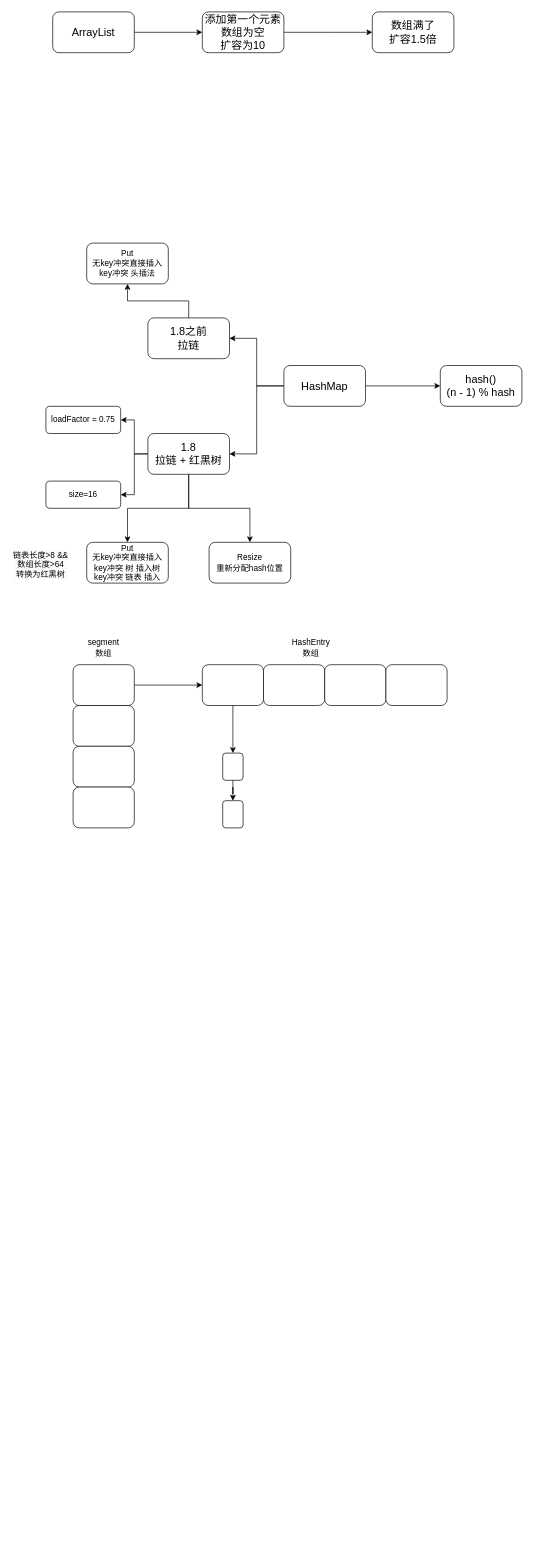
Before: Java.drawio in 1155200424/diagrams, a draw.io diagram. Source tidied: cells renumbered, new cells numbered last; positions are measured from the earlier drawing's top-left corner, leaving out a move shared by most shapes. Both pictures are drawn from the tidied source at 68%, with x=0, y=0 at pixel (12, 12).
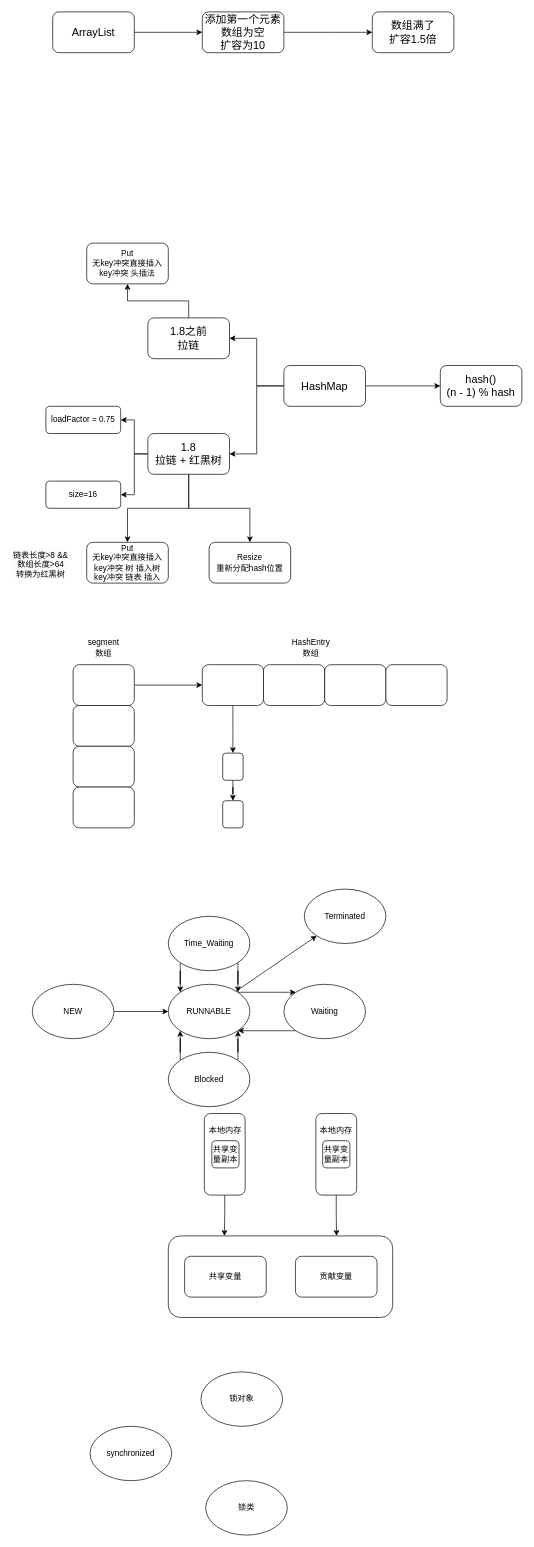
The same page after the edit.

Change to the diagram source:
```diff
@@
+    <mxCell id="40" style="edgeStyle=orthogonalEdgeStyle;rounded=0;jettySize=auto;html=1;exitX=1;exitY=0.5;exitDx=0;exitDy=0;" parent="1" edge="1" source="41" target="43">
+      <mxGeometry relative="1" as="geometry" />
+    </mxCell>
+    <mxCell id="41" value="NEW" style="ellipse;whiteSpace=wrap;html=1;" parent="1" vertex="1">
+      <mxGeometry x="30" y="1430" width="120" height="80" as="geometry" />
+    </mxCell>
+    <mxCell id="42" style="edgeStyle=orthogonalEdgeStyle;rounded=0;jettySize=auto;html=1;exitX=1;exitY=0;exitDx=0;exitDy=0;entryX=0;entryY=0;entryDx=0;entryDy=0;" parent="1" edge="1" source="43" target="51">
+      <mxGeometry relative="1" as="geometry" />
+    </mxCell>
+    <mxCell id="43" value="RUNNABLE" style="ellipse;whiteSpace=wrap;html=1;" parent="1" vertex="1">
+      <mxGeometry x="230" y="1430" width="120" height="80" as="geometry" />
+    </mxCell>
+    <mxCell id="44" style="edgeStyle=orthogonalEdgeStyle;rounded=0;jettySize=auto;html=1;exitX=0;exitY=0;exitDx=0;exitDy=0;entryX=0;entryY=1;entryDx=0;entryDy=0;" parent="1" edge="1" source="46" target="43">
+      <mxGeometry relative="1" as="geometry" />
+    </mxCell>
+    <mxCell id="45" style="edgeStyle=orthogonalEdgeStyle;rounded=0;jettySize=auto;html=1;exitX=1;exitY=0;exitDx=0;exitDy=0;entryX=1;entryY=1;entryDx=0;entryDy=0;" parent="1" edge="1" source="46" target="43">
+      <mxGeometry relative="1" as="geometry" />
+    </mxCell>
+    <mxCell id="46" value="Blocked" style="ellipse;whiteSpace=wrap;html=1;" parent="1" vertex="1">
+      <mxGeometry x="230" y="1530" width="120" height="80" as="geometry" />
+    </mxCell>
+    <mxCell id="47" style="edgeStyle=orthogonalEdgeStyle;rounded=0;jettySize=auto;html=1;exitX=0;exitY=1;exitDx=0;exitDy=0;entryX=0;entryY=0;entryDx=0;entryDy=0;" parent="1" edge="1" source="49" target="43">
+      <mxGeometry relative="1" as="geometry" />
+    </mxCell>
+    <mxCell id="48" style="edgeStyle=orthogonalEdgeStyle;rounded=0;jettySize=auto;html=1;exitX=1;exitY=1;exitDx=0;exitDy=0;entryX=1;entryY=0;entryDx=0;entryDy=0;" parent="1" edge="1" source="49" target="43">
+      <mxGeometry relative="1" as="geometry" />
+    </mxCell>
+    <mxCell id="49" value="Time_Waiting" style="ellipse;whiteSpace=wrap;html=1;" parent="1" vertex="1">
+      <mxGeometry x="230" y="1330" width="120" height="80" as="geometry" />
+    </mxCell>
+    <mxCell id="50" style="edgeStyle=orthogonalEdgeStyle;rounded=0;jettySize=auto;html=1;exitX=0;exitY=1;exitDx=0;exitDy=0;entryX=1;entryY=1;entryDx=0;entryDy=0;" parent="1" edge="1" source="51" target="43">
+      <mxGeometry relative="1" as="geometry" />
+    </mxCell>
+    <mxCell id="51" value="Waiting" style="ellipse;whiteSpace=wrap;html=1;" parent="1" vertex="1">
+      <mxGeometry x="400" y="1430" width="120" height="80" as="geometry" />
+    </mxCell>
+    <mxCell id="52" value="Terminated" style="ellipse;whiteSpace=wrap;html=1;" parent="1" vertex="1">
+      <mxGeometry x="430" y="1290" width="120" height="80" as="geometry" />
+    </mxCell>
+    <mxCell id="53" style="endArrow=classic;html=1;rounded=0;" parent="1" edge="1" target="52">
+      <mxGeometry relative="1" as="geometry">
+        <mxPoint x="330" y="1440" as="sourcePoint" />
+      </mxGeometry>
+    </mxCell>
+    <mxCell id="54" style="rounded=1;whiteSpace=wrap;html=1;" parent="1" vertex="1">
+      <mxGeometry x="230" y="1800" width="330" height="120" as="geometry" />
+    </mxCell>
+    <mxCell id="55" value="共享变量" style="rounded=1;whiteSpace=wrap;html=1;" parent="1" vertex="1">
+      <mxGeometry x="254" y="1830" width="120" height="60" as="geometry" />
+    </mxCell>
+    <mxCell id="56" value="贡献变量" style="rounded=1;whiteSpace=wrap;html=1;" parent="1" vertex="1">
+      <mxGeometry x="417" y="1830" width="120" height="60" as="geometry" />
+    </mxCell>
+    <mxCell id="57" style="edgeStyle=orthogonalEdgeStyle;rounded=0;jettySize=auto;html=1;exitX=1;exitY=0.5;exitDx=0;exitDy=0;entryX=0.25;entryY=0;entryDx=0;entryDy=0;" parent="1" edge="1" source="58" target="54">
+      <mxGeometry relative="1" as="geometry" />
+    </mxCell>
+    <mxCell id="58" style="rounded=1;whiteSpace=wrap;html=1;direction=south;" parent="1" vertex="1">
+      <mxGeometry x="283" y="1620" width="60" height="120" as="geometry" />
+    </mxCell>
+    <mxCell id="59" style="edgeStyle=orthogonalEdgeStyle;rounded=0;jettySize=auto;html=1;exitX=1;exitY=0.5;exitDx=0;exitDy=0;entryX=0.75;entryY=0;entryDx=0;entryDy=0;" parent="1" edge="1" source="60" target="54">
+      <mxGeometry relative="1" as="geometry" />
+    </mxCell>
+    <mxCell id="60" style="rounded=1;whiteSpace=wrap;html=1;direction=south;" parent="1" vertex="1">
+      <mxGeometry x="447" y="1620" width="60" height="120" as="geometry" />
+    </mxCell>
+    <mxCell id="61" value="共享变量副本" style="rounded=1;whiteSpace=wrap;html=1;" parent="1" vertex="1">
+      <mxGeometry x="294" y="1660" width="40" height="40" as="geometry" />
+    </mxCell>
+    <mxCell id="62" value="共享变量副本" style="rounded=1;whiteSpace=wrap;html=1;" parent="1" vertex="1">
+      <mxGeometry x="457" y="1660" width="40" height="40" as="geometry" />
+    </mxCell>
+    <mxCell id="63" value="本地内存" style="text;html=1;align=center;verticalAlign=middle;whiteSpace=wrap;rounded=0;" parent="1" vertex="1">
+      <mxGeometry x="284" y="1630" width="60" height="30" as="geometry" />
+    </mxCell>
+    <mxCell id="64" value="本地内存" style="text;html=1;align=center;verticalAlign=middle;whiteSpace=wrap;rounded=0;" parent="1" vertex="1">
+      <mxGeometry x="447" y="1630" width="60" height="30" as="geometry" />
+    </mxCell>
+    <mxCell id="65" value="synchronized" style="ellipse;whiteSpace=wrap;html=1;" parent="1" vertex="1">
+      <mxGeometry x="115" y="2080" width="120" height="80" as="geometry" />
+    </mxCell>
+    <mxCell id="66" value="锁对象" style="ellipse;whiteSpace=wrap;html=1;" parent="1" vertex="1">
+      <mxGeometry x="278" y="2000" width="120" height="80" as="geometry" />
+    </mxCell>
+    <mxCell id="67" value="锁类" style="ellipse;whiteSpace=wrap;html=1;" parent="1" vertex="1">
+      <mxGeometry x="285" y="2160" width="120" height="80" as="geometry" />
+    </mxCell>
```
